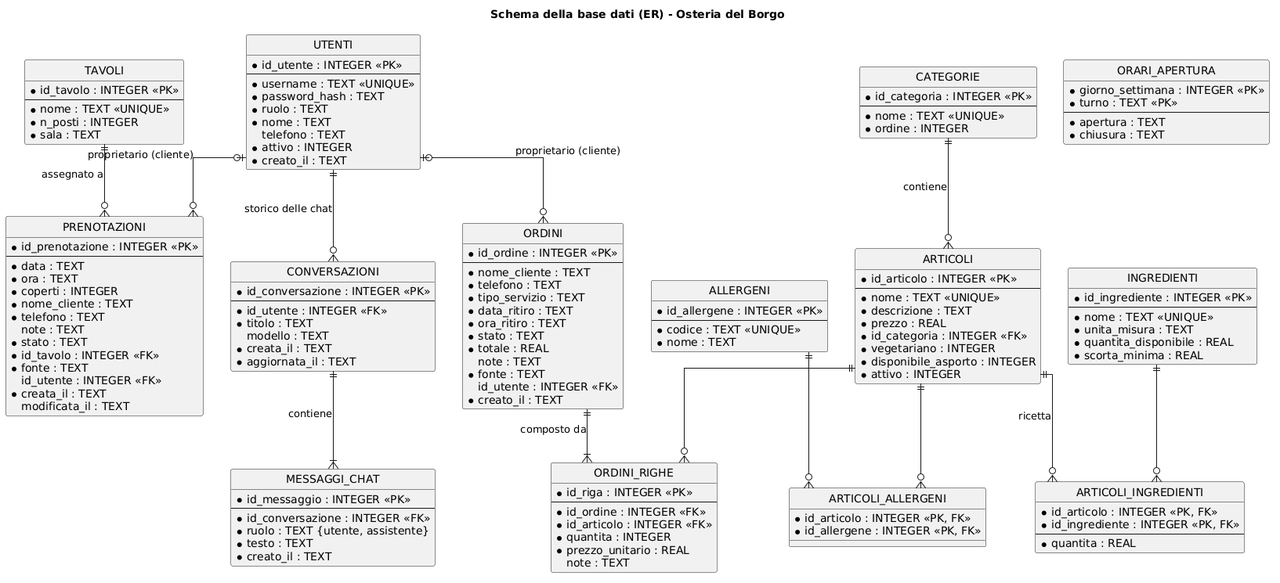
Gabrymarg/Gabrymarg-AI-MCP keeps this PlantUML diagram as docs/diagrammi/er.png. Above is the earlier version.
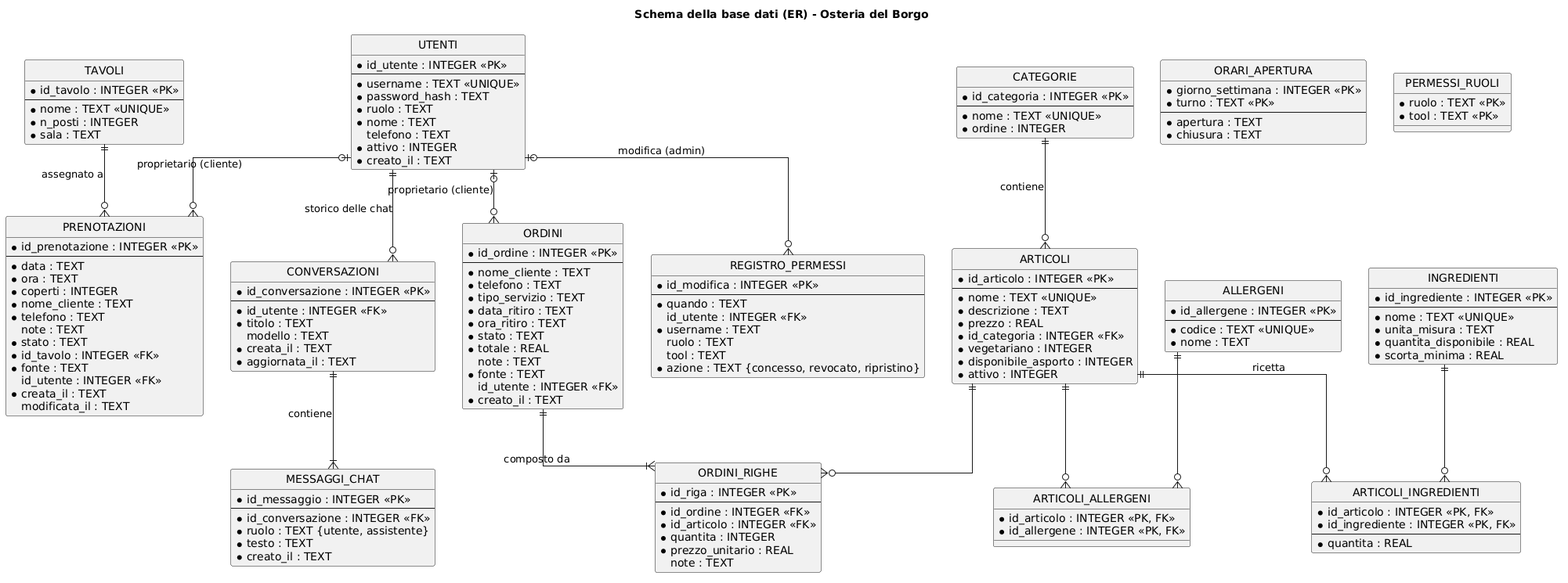
After the change.

Change to the diagram source:
```diff
@@ -141,6 +141,23 @@
   * creato_il : TEXT
 }
 
+entity PERMESSI_RUOLI {
+  * ruolo : TEXT <<PK>>
+  * tool : TEXT <<PK>>
+}
+
+entity REGISTRO_PERMESSI {
+  * id_modifica : INTEGER <<PK>>
+  --
+  * quando : TEXT
+  id_utente : INTEGER <<FK>>
+  * username : TEXT
+  ruolo : TEXT
+  tool : TEXT
+  * azione : TEXT {concesso, revocato, ripristino}
+}
+
+UTENTI |o--o{ REGISTRO_PERMESSI : "modifica (admin)"
 UTENTI ||--o{ CONVERSAZIONI : "storico delle chat"
 CONVERSAZIONI ||--|{ MESSAGGI_CHAT : "contiene"
 UTENTI |o--o{ PRENOTAZIONI : "proprietario (cliente)"
```
